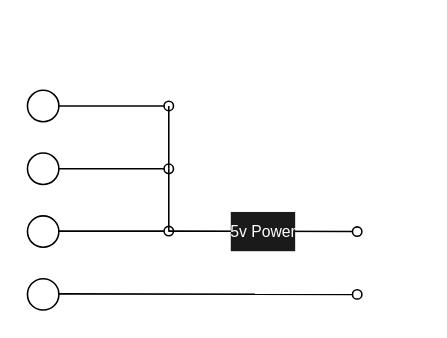
Earlier version of the draw.io diagram Untitled Diagram.drawio (upholdjd/timelines). Source tidied: cells renumbered, new cells numbered last; positions are measured from the earlier drawing's top-left corner, leaving out a move shared by most shapes. Both pictures are drawn from the tidied source at 157%, with x=0, y=0 at pixel (27, 89).
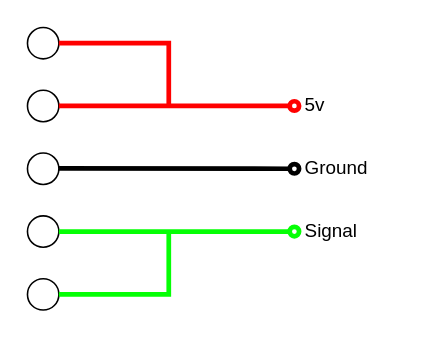
Above is the later version.

Diff of the diagram source:
```diff
@@
-    <mxCell id="2" style="rounded=0;jettySize=auto;html=1;endArrow=oval;endFill=0;exitX=1;exitY=0.5;exitDx=0;exitDy=0;" parent="1" edge="1" source="3">
-      <mxGeometry relative="1" as="geometry">
-        <mxPoint x="90" y="10" as="targetPoint" />
-      </mxGeometry>
-    </mxCell>
     <mxCell id="3" style="ellipse;" parent="1" vertex="1">
-      <mxGeometry width="20" height="20" as="geometry" />
+      <mxGeometry y="-40" width="20" height="20" as="geometry" />
     </mxCell>
-    <mxCell id="4" style="rounded=0;jettySize=auto;html=1;endArrow=oval;endFill=0;" parent="1" edge="1" source="5">
-      <mxGeometry relative="1" as="geometry">
-        <mxPoint x="90" y="50" as="targetPoint" />
-      </mxGeometry>
-    </mxCell>
     <mxCell id="5" style="ellipse;" parent="1" vertex="1">
-      <mxGeometry y="40" width="20" height="20" as="geometry" />
+      <mxGeometry width="20" height="20" as="geometry" />
     </mxCell>
@@
-    <mxCell id="8" style="rounded=0;orthogonalLoop=1;jettySize=auto;html=1;endArrow=oval;endFill=0;" parent="1" edge="1">
+    <mxCell id="8" style="rounded=0;orthogonalLoop=1;jettySize=auto;html=1;endArrow=oval;endFill=0;entryX=0;entryY=0.5;entryDx=0;entryDy=0;fillColor=#d5e8d4;strokeColor=#000000;strokeWidth=3;" parent="1" edge="1">
       <mxGeometry relative="1" as="geometry">
-        <mxPoint x="20" y="89.7" as="sourcePoint" />
-        <mxPoint x="90" y="89.7" as="targetPoint" />
+        <mxPoint x="20" y="49.7" as="sourcePoint" />
+        <mxPoint x="170" y="50" as="targetPoint" />
       </mxGeometry>
     </mxCell>
-    <mxCell id="9" style="rounded=0;orthogonalLoop=1;jettySize=auto;html=1;endArrow=oval;endFill=0;" parent="1" edge="1">
-      <mxGeometry relative="1" as="geometry">
-        <mxPoint x="20" y="129.7" as="sourcePoint" />
-        <mxPoint x="210" y="130" as="targetPoint" />
-      </mxGeometry>
-    </mxCell>
-    <mxCell id="10" style="endArrow=none;html=1;rounded=0;" parent="1" edge="1">
-      <mxGeometry relative="1" as="geometry">
-        <mxPoint x="90" y="50" as="sourcePoint" />
-        <mxPoint x="90" y="10" as="targetPoint" />
-      </mxGeometry>
-    </mxCell>
-    <mxCell id="11" style="endArrow=none;html=1;rounded=0;" parent="1" edge="1">
-      <mxGeometry relative="1" as="geometry">
-        <mxPoint x="90" y="90" as="sourcePoint" />
-        <mxPoint x="90" y="50" as="targetPoint" />
-      </mxGeometry>
-    </mxCell>
-    <mxCell id="12" style="rounded=0;orthogonalLoop=1;jettySize=auto;html=1;endArrow=oval;endFill=0;" parent="1" edge="1">
-      <mxGeometry relative="1" as="geometry">
-        <mxPoint x="90" y="89.7" as="sourcePoint" />
-        <mxPoint x="210" y="90" as="targetPoint" />
-      </mxGeometry>
-    </mxCell>
-    <mxCell id="13" value="&lt;p style=&quot;line-height: 50%; font-size: 10px;&quot;&gt;&lt;font color=&quot;#ffffff&quot; style=&quot;font-size: 10px;&quot;&gt;5v Power&lt;/font&gt;&lt;/p&gt;" style="edgeLabel;html=1;align=center;verticalAlign=middle;labelBackgroundColor=#1A1A1A;spacing=2;spacingTop=0;spacingLeft=0;fontSize=10;fixedWidth=1;" parent="12" vertex="1">
-      <mxGeometry x="0.52" relative="1" as="geometry">
-        <mxPoint x="-31" as="offset" />
-      </mxGeometry>
-    </mxCell>
+    <mxCell id="14" value="Signal" style="text;html=1;strokeColor=none;fillColor=none;align=left;verticalAlign=middle;whiteSpace=wrap;overflow=hidden;spacingLeft=5;" parent="1" vertex="1">
+      <mxGeometry x="170" y="80" width="80" height="20" as="geometry" />
+    </mxCell>
+    <mxCell id="15" value="Ground" style="text;html=1;strokeColor=none;fillColor=none;align=left;verticalAlign=middle;whiteSpace=wrap;overflow=hidden;spacingLeft=5;" parent="1" vertex="1">
+      <mxGeometry x="170" y="40" width="80" height="20" as="geometry" />
+    </mxCell>
+    <mxCell id="16" value="5v" style="text;html=1;strokeColor=none;fillColor=none;align=left;verticalAlign=middle;whiteSpace=wrap;overflow=hidden;spacingLeft=5;" parent="1" vertex="1">
+      <mxGeometry x="170" width="80" height="20" as="geometry" />
+    </mxCell>
+    <mxCell id="17" style="ellipse;" parent="1" vertex="1">
+      <mxGeometry y="40" width="20" height="20" as="geometry" />
+    </mxCell>
+    <mxCell id="18" style="rounded=0;orthogonalLoop=1;jettySize=auto;html=1;endArrow=oval;endFill=0;strokeWidth=3;strokeColor=#05FF05;" parent="1" edge="1">
+      <mxGeometry relative="1" as="geometry">
+        <mxPoint x="20" y="130" as="sourcePoint" />
+        <mxPoint x="170" y="90" as="targetPoint" />
+        <Array as="points">
+          <mxPoint x="90" y="130" />
+          <mxPoint x="90" y="110" />
+          <mxPoint x="90" y="90" />
+          <mxPoint x="20" y="90" />
+        </Array>
+      </mxGeometry>
+    </mxCell>
+    <mxCell id="19" style="rounded=0;jettySize=auto;html=1;endArrow=oval;endFill=0;strokeWidth=3;exitX=1;exitY=0.5;exitDx=0;exitDy=0;strokeColor=#FF0000;shadow=0;" parent="1" edge="1" source="3">
+      <mxGeometry relative="1" as="geometry">
+        <mxPoint x="170" y="10" as="targetPoint" />
+        <Array as="points">
+          <mxPoint x="90" y="-30" />
+          <mxPoint x="90" y="10" />
+          <mxPoint x="20" y="10" />
+        </Array>
+      </mxGeometry>
+    </mxCell>
```
